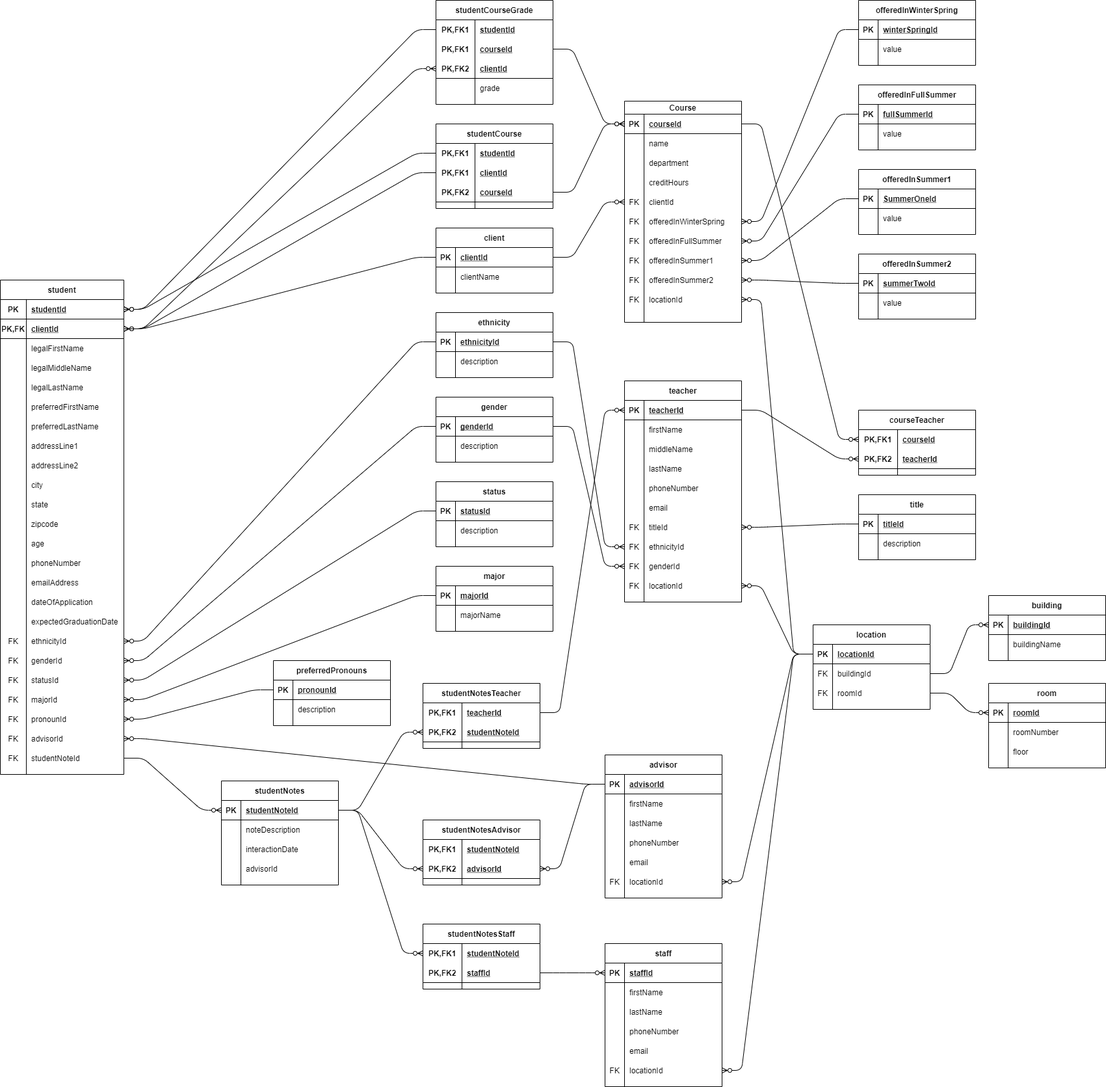
Flipswxtch/Database-Fundamentals.CSCI-1320 keeps this draw.io diagram as Unit J/National Education Advisors.png. Above is the earlier version. Source tidied: cells renumbered, new cells last; positions are measured from the earlier drawing's top-left corner, leaving out a move shared by most shapes.
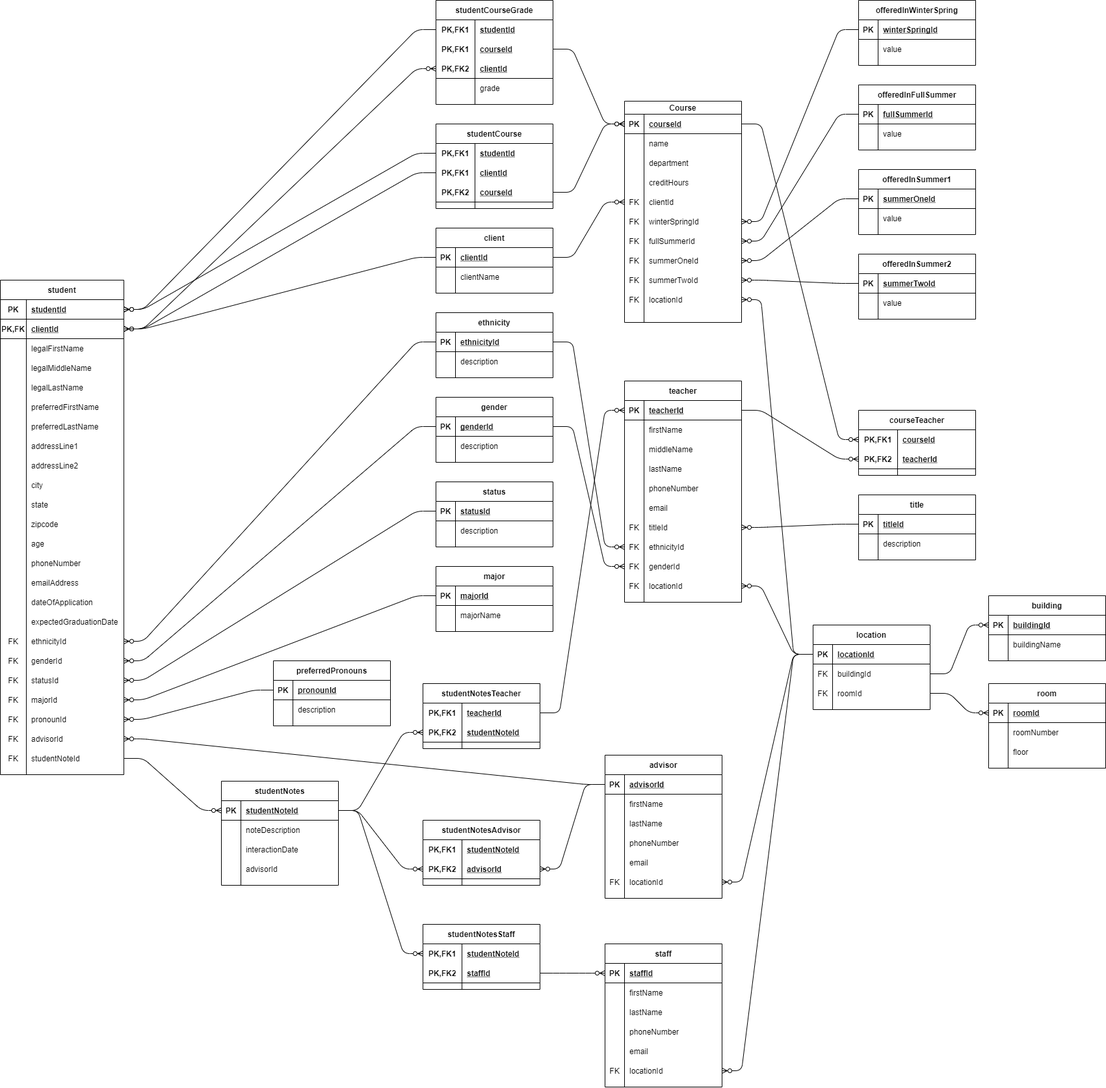
After the change.

What changed in the source:
```diff
@@ -83,7 +83,7 @@
     <mxCell id="28" value="FK" style="shape=partialRectangle;fillColor=none;top=0;left=0;bottom=0;right=0;overflow=hidden;" parent="27" vertex="1">
       <mxGeometry width="30" height="30" as="geometry" />
     </mxCell>
-    <mxCell id="29" value="offeredInWinterSpring" style="shape=partialRectangle;fillColor=none;top=0;left=0;bottom=0;right=0;align=left;spacingLeft=6;overflow=hidden;" parent="27" vertex="1">
+    <mxCell id="29" value="winterSpringId" style="shape=partialRectangle;fillColor=none;top=0;left=0;bottom=0;right=0;align=left;spacingLeft=6;overflow=hidden;" parent="27" vertex="1">
       <mxGeometry x="30" width="150" height="30" as="geometry" />
     </mxCell>
     <mxCell id="30" style="shape=partialRectangle;fillColor=none;top=0;left=0;bottom=0;right=0;points=[[0,0.5],[1,0.5]];portConstraint=eastwest;" parent="11" vertex="1">
@@ -92,7 +92,7 @@
     <mxCell id="31" value="FK" style="shape=partialRectangle;fillColor=none;top=0;left=0;bottom=0;right=0;overflow=hidden;" parent="30" vertex="1">
       <mxGeometry width="30" height="30" as="geometry" />
     </mxCell>
-    <mxCell id="32" value="offeredInFullSummer" style="shape=partialRectangle;fillColor=none;top=0;left=0;bottom=0;right=0;align=left;spacingLeft=6;overflow=hidden;" parent="30" vertex="1">
+    <mxCell id="32" value="fullSummerId" style="shape=partialRectangle;fillColor=none;top=0;left=0;bottom=0;right=0;align=left;spacingLeft=6;overflow=hidden;" parent="30" vertex="1">
       <mxGeometry x="30" width="150" height="30" as="geometry" />
     </mxCell>
     <mxCell id="33" style="shape=partialRectangle;fillColor=none;top=0;left=0;bottom=0;right=0;points=[[0,0.5],[1,0.5]];portConstraint=eastwest;" parent="11" vertex="1">
@@ -101,7 +101,7 @@
     <mxCell id="34" value="FK" style="shape=partialRectangle;fillColor=none;top=0;left=0;bottom=0;right=0;overflow=hidden;" parent="33" vertex="1">
       <mxGeometry width="30" height="30" as="geometry" />
     </mxCell>
-    <mxCell id="35" value="offeredInSummer1" style="shape=partialRectangle;fillColor=none;top=0;left=0;bottom=0;right=0;align=left;spacingLeft=6;overflow=hidden;" parent="33" vertex="1">
+    <mxCell id="35" value="summerOneId" style="shape=partialRectangle;fillColor=none;top=0;left=0;bottom=0;right=0;align=left;spacingLeft=6;overflow=hidden;" parent="33" vertex="1">
       <mxGeometry x="30" width="150" height="30" as="geometry" />
     </mxCell>
     <mxCell id="36" style="shape=partialRectangle;fillColor=none;top=0;left=0;bottom=0;right=0;points=[[0,0.5],[1,0.5]];portConstraint=eastwest;" parent="11" vertex="1">
@@ -110,7 +110,7 @@
     <mxCell id="37" value="FK" style="shape=partialRectangle;fillColor=none;top=0;left=0;bottom=0;right=0;overflow=hidden;" parent="36" vertex="1">
       <mxGeometry width="30" height="30" as="geometry" />
     </mxCell>
-    <mxCell id="38" value="offeredInSummer2" style="shape=partialRectangle;fillColor=none;top=0;left=0;bottom=0;right=0;align=left;spacingLeft=6;overflow=hidden;" parent="36" vertex="1">
+    <mxCell id="38" value="summerTwoId" style="shape=partialRectangle;fillColor=none;top=0;left=0;bottom=0;right=0;align=left;spacingLeft=6;overflow=hidden;" parent="36" vertex="1">
       <mxGeometry x="30" width="150" height="30" as="geometry" />
     </mxCell>
     <mxCell id="39" style="shape=partialRectangle;fillColor=none;top=0;left=0;bottom=0;right=0;points=[[0,0.5],[1,0.5]];portConstraint=eastwest;" parent="11" vertex="1">
@@ -950,7 +950,7 @@
     <mxCell id="317" value="PK" style="shape=partialRectangle;fillColor=none;top=0;left=0;bottom=0;right=0;fontStyle=1;overflow=hidden;" parent="316" vertex="1">
       <mxGeometry width="30" height="30" as="geometry" />
     </mxCell>
-    <mxCell id="318" value="SummerOneId" style="shape=partialRectangle;fillColor=none;top=0;left=0;bottom=0;right=0;align=left;spacingLeft=6;fontStyle=5;overflow=hidden;" parent="316" vertex="1">
+    <mxCell id="318" value="summerOneId" style="shape=partialRectangle;fillColor=none;top=0;left=0;bottom=0;right=0;align=left;spacingLeft=6;fontStyle=5;overflow=hidden;" parent="316" vertex="1">
       <mxGeometry x="30" width="150" height="30" as="geometry" />
     </mxCell>
     <mxCell id="319" style="shape=partialRectangle;fillColor=none;top=0;left=0;bottom=0;right=0;" parent="315" vertex="1">
```
